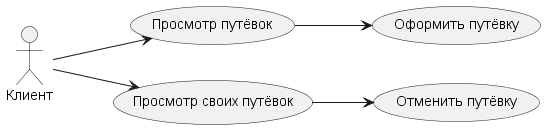
ILY865/lab2 keeps this PlantUML diagram as docs/diagrams/use_case_client.png. Above is the earlier version.
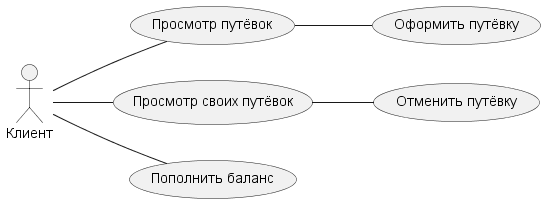
The same diagram one commit later.

Commit message:
Исправлена структура проекта, обновлены ER и Use Case диаграммы, добавлен баланс и цены в БД

What changed in the source:
```diff
@@ -8,11 +8,14 @@
 usecase "Оформить путёвку" as UC_Order
 usecase "Просмотр своих путёвок" as UC_ViewMine
 usecase "Отменить путёвку" as UC_Cancel
+usecase "Пополнить баланс" as UC_Balance
 
-Client --> UC_ViewTours
-UC_ViewTours --> UC_Order
+Client -- UC_ViewTours
+UC_ViewTours -- UC_Order
 
-Client --> UC_ViewMine
-UC_ViewMine --> UC_Cancel
+Client -- UC_ViewMine
+UC_ViewMine -- UC_Cancel
+
+Client -- UC_Balance
 
 @enduml
```
